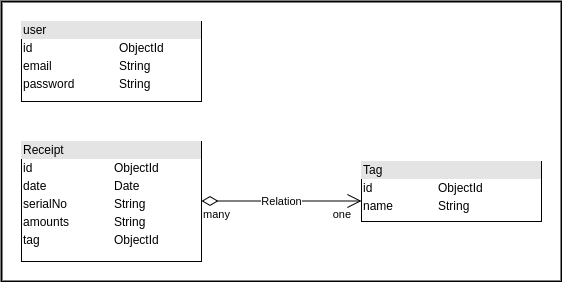
The draw.io diagram receipt_and_tag_relation.png in alvisLu/receipt_collection, before a commit. Source tidied: cells renumbered, new cells last; positions are measured from the earlier drawing's top-left corner, leaving out a move shared by most shapes. The source it was exported from:
```xml
<mxGraphModel>
  <root>
    <mxCell id="0" />
    <mxCell id="1" parent="0" />
    <mxCell id="2" value="&lt;div style=&quot;box-sizing: border-box ; width: 100% ; background: #e4e4e4 ; padding: 2px&quot;&gt;Tag&lt;/div&gt;&lt;table style=&quot;width: 100% ; font-size: 1em&quot; cellpadding=&quot;2&quot; cellspacing=&quot;0&quot;&gt;&lt;tbody&gt;&lt;tr&gt;&lt;td&gt;id&lt;/td&gt;&lt;td&gt;ObjectId&lt;/td&gt;&lt;/tr&gt;&lt;tr&gt;&lt;td&gt;name&lt;/td&gt;&lt;td&gt;String&lt;/td&gt;&lt;/tr&gt;&lt;/tbody&gt;&lt;/table&gt;" style="verticalAlign=top;align=left;overflow=fill;html=1;" parent="1" vertex="1">
      <mxGeometry x="360" y="160" width="180" height="60" as="geometry" />
    </mxCell>
    <mxCell id="3" value="&lt;div style=&quot;box-sizing: border-box ; width: 100% ; background: #e4e4e4 ; padding: 2px&quot;&gt;Receipt&lt;/div&gt;&lt;table style=&quot;width: 100% ; font-size: 1em&quot; cellpadding=&quot;2&quot; cellspacing=&quot;0&quot;&gt;&lt;tbody&gt;&lt;tr&gt;&lt;td&gt;id&lt;/td&gt;&lt;td&gt;ObjectId&lt;/td&gt;&lt;/tr&gt;&lt;tr&gt;&lt;td&gt;date&lt;/td&gt;&lt;td&gt;Date&lt;/td&gt;&lt;/tr&gt;&lt;tr&gt;&lt;td&gt;serialNo&lt;br&gt;&lt;/td&gt;&lt;td&gt;String&lt;/td&gt;&lt;/tr&gt;&lt;tr&gt;&lt;td&gt;amounts&lt;/td&gt;&lt;td&gt;String&lt;br&gt;&lt;/td&gt;&lt;/tr&gt;&lt;tr&gt;&lt;td&gt;tag&lt;/td&gt;&lt;td&gt;ObjectId&lt;/td&gt;&lt;/tr&gt;&lt;/tbody&gt;&lt;/table&gt;" style="verticalAlign=top;align=left;overflow=fill;html=1;" parent="1" vertex="1">
      <mxGeometry x="20" y="140" width="180" height="120" as="geometry" />
    </mxCell>
    <mxCell id="4" value="Relation" style="endArrow=open;html=1;endSize=12;startArrow=diamondThin;startSize=14;startFill=0;edgeStyle=orthogonalEdgeStyle;" parent="1" edge="1">
      <mxGeometry relative="1" as="geometry">
        <mxPoint x="200" y="199.5" as="sourcePoint" />
        <mxPoint x="360" y="199.5" as="targetPoint" />
      </mxGeometry>
    </mxCell>
    <mxCell id="5" value="many" style="edgeLabel;html=1;align=left;verticalAlign=top;" parent="4" vertex="1">
      <mxGeometry x="-1" relative="1" as="geometry" />
    </mxCell>
    <mxCell id="6" value="one" style="edgeLabel;html=1;align=right;verticalAlign=top;" parent="4" vertex="1">
      <mxGeometry x="1" relative="1" as="geometry">
        <mxPoint x="-10" as="offset" />
      </mxGeometry>
    </mxCell>
    <mxCell id="7" value="&lt;div style=&quot;box-sizing: border-box ; width: 100% ; background: #e4e4e4 ; padding: 2px&quot;&gt;user&lt;/div&gt;&lt;table style=&quot;width: 100% ; font-size: 1em&quot; cellpadding=&quot;2&quot; cellspacing=&quot;0&quot;&gt;&lt;tbody&gt;&lt;tr&gt;&lt;td&gt;id&lt;/td&gt;&lt;td&gt;ObjectId&lt;/td&gt;&lt;/tr&gt;&lt;tr&gt;&lt;td&gt;email&lt;/td&gt;&lt;td&gt;String&lt;/td&gt;&lt;/tr&gt;&lt;tr&gt;&lt;td&gt;password&lt;/td&gt;&lt;td&gt;String&lt;/td&gt;&lt;/tr&gt;&lt;/tbody&gt;&lt;/table&gt;" style="verticalAlign=top;align=left;overflow=fill;html=1;" parent="1" vertex="1">
      <mxGeometry x="20" y="20" width="180" height="80" as="geometry" />
    </mxCell>
    <mxCell id="8" style="rounded=0;whiteSpace=wrap;html=1;strokeWidth=2;fillColor=none;gradientColor=none;align=left;" parent="1" vertex="1">
      <mxGeometry width="560" height="280" as="geometry" />
    </mxCell>
  </root>
</mxGraphModel>
```
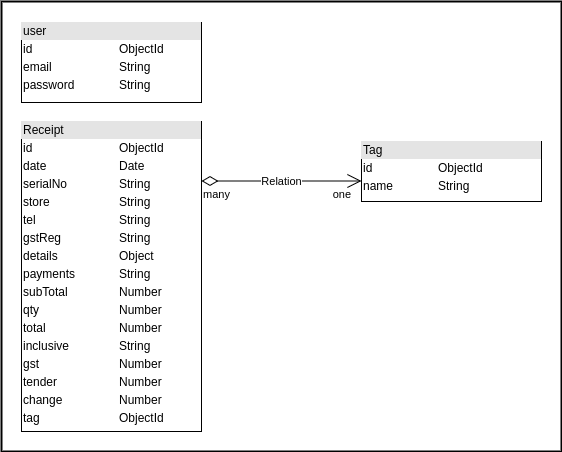
The same diagram one commit later.

The edit, as a diff of the source:
```diff
@@ -3,15 +3,15 @@
     <mxCell id="0" />
     <mxCell id="1" parent="0" />
     <mxCell id="2" value="&lt;div style=&quot;box-sizing: border-box ; width: 100% ; background: #e4e4e4 ; padding: 2px&quot;&gt;Tag&lt;/div&gt;&lt;table style=&quot;width: 100% ; font-size: 1em&quot; cellpadding=&quot;2&quot; cellspacing=&quot;0&quot;&gt;&lt;tbody&gt;&lt;tr&gt;&lt;td&gt;id&lt;/td&gt;&lt;td&gt;ObjectId&lt;/td&gt;&lt;/tr&gt;&lt;tr&gt;&lt;td&gt;name&lt;/td&gt;&lt;td&gt;String&lt;/td&gt;&lt;/tr&gt;&lt;/tbody&gt;&lt;/table&gt;" style="verticalAlign=top;align=left;overflow=fill;html=1;" parent="1" vertex="1">
-      <mxGeometry x="360" y="160" width="180" height="60" as="geometry" />
+      <mxGeometry x="360" y="140" width="180" height="60" as="geometry" />
     </mxCell>
-    <mxCell id="3" value="&lt;div style=&quot;box-sizing: border-box ; width: 100% ; background: #e4e4e4 ; padding: 2px&quot;&gt;Receipt&lt;/div&gt;&lt;table style=&quot;width: 100% ; font-size: 1em&quot; cellpadding=&quot;2&quot; cellspacing=&quot;0&quot;&gt;&lt;tbody&gt;&lt;tr&gt;&lt;td&gt;id&lt;/td&gt;&lt;td&gt;ObjectId&lt;/td&gt;&lt;/tr&gt;&lt;tr&gt;&lt;td&gt;date&lt;/td&gt;&lt;td&gt;Date&lt;/td&gt;&lt;/tr&gt;&lt;tr&gt;&lt;td&gt;serialNo&lt;br&gt;&lt;/td&gt;&lt;td&gt;String&lt;/td&gt;&lt;/tr&gt;&lt;tr&gt;&lt;td&gt;amounts&lt;/td&gt;&lt;td&gt;String&lt;br&gt;&lt;/td&gt;&lt;/tr&gt;&lt;tr&gt;&lt;td&gt;tag&lt;/td&gt;&lt;td&gt;ObjectId&lt;/td&gt;&lt;/tr&gt;&lt;/tbody&gt;&lt;/table&gt;" style="verticalAlign=top;align=left;overflow=fill;html=1;" parent="1" vertex="1">
-      <mxGeometry x="20" y="140" width="180" height="120" as="geometry" />
-    </mxCell>
+    <mxCell id="9" value="&lt;div style=&quot;box-sizing: border-box ; width: 100% ; background: #e4e4e4 ; padding: 2px&quot;&gt;Receipt&lt;/div&gt;&lt;table style=&quot;width: 100% ; font-size: 1em&quot; cellpadding=&quot;2&quot; cellspacing=&quot;0&quot;&gt;&lt;tbody&gt;&lt;tr&gt;&lt;td&gt;id&lt;/td&gt;&lt;td&gt;ObjectId&lt;/td&gt;&lt;/tr&gt;&lt;tr&gt;&lt;td&gt;date&lt;/td&gt;&lt;td&gt;Date&lt;/td&gt;&lt;/tr&gt;&lt;tr&gt;&lt;td&gt;serialNo&lt;br&gt;&lt;/td&gt;&lt;td&gt;String&lt;/td&gt;&lt;/tr&gt;&lt;tr&gt;&lt;td&gt;store&lt;/td&gt;&lt;td&gt;String&lt;br&gt;&lt;/td&gt;&lt;/tr&gt;&lt;tr&gt;&lt;td&gt;tel&lt;/td&gt;&lt;td&gt;String&lt;br&gt;&lt;/td&gt;&lt;/tr&gt;&lt;tr&gt;&lt;td&gt;gstReg&lt;br&gt;&lt;/td&gt;&lt;td&gt;String&lt;br&gt;&lt;/td&gt;&lt;/tr&gt;&lt;tr&gt;&lt;td&gt;details&lt;br&gt;&lt;/td&gt;&lt;td&gt;Object&lt;/td&gt;&lt;/tr&gt;&lt;tr&gt;&lt;td&gt;payments&lt;br&gt;&lt;/td&gt;&lt;td&gt;String&lt;/td&gt;&lt;/tr&gt;&lt;tr&gt;&lt;td&gt;subTotal&lt;br&gt;&lt;/td&gt;&lt;td&gt;Number&lt;br&gt;&lt;/td&gt;&lt;/tr&gt;&lt;tr&gt;&lt;td&gt;qty&lt;br&gt;&lt;/td&gt;&lt;td&gt;Number&lt;br&gt;&lt;/td&gt;&lt;/tr&gt;&lt;tr&gt;&lt;td&gt;total&lt;br&gt;&lt;/td&gt;&lt;td&gt;Number&lt;br&gt;&lt;/td&gt;&lt;/tr&gt;&lt;tr&gt;&lt;td&gt;inclusive&lt;br&gt;&lt;/td&gt;&lt;td&gt;String&lt;/td&gt;&lt;/tr&gt;&lt;tr&gt;&lt;td&gt;gst&lt;br&gt;&lt;/td&gt;&lt;td&gt;Number&lt;br&gt;&lt;/td&gt;&lt;/tr&gt;&lt;tr&gt;&lt;td&gt;tender&lt;br&gt;&lt;/td&gt;&lt;td&gt;Number&lt;br&gt;&lt;/td&gt;&lt;/tr&gt;&lt;tr&gt;&lt;td&gt;change&lt;br&gt;&lt;/td&gt;&lt;td&gt;Number&lt;/td&gt;&lt;/tr&gt;&lt;tr&gt;&lt;td&gt;tag&lt;/td&gt;&lt;td&gt;ObjectId&lt;br&gt;&lt;/td&gt;&lt;/tr&gt;&lt;/tbody&gt;&lt;/table&gt;" style="verticalAlign=top;align=left;overflow=fill;html=1;" parent="1" vertex="1">
+      <mxGeometry x="20" y="120" width="180" height="310" as="geometry" />
+    </mxCell>
     <mxCell id="4" value="Relation" style="endArrow=open;html=1;endSize=12;startArrow=diamondThin;startSize=14;startFill=0;edgeStyle=orthogonalEdgeStyle;" parent="1" edge="1">
       <mxGeometry relative="1" as="geometry">
-        <mxPoint x="200" y="199.5" as="sourcePoint" />
-        <mxPoint x="360" y="199.5" as="targetPoint" />
+        <mxPoint x="200" y="179.5" as="sourcePoint" />
+        <mxPoint x="360" y="179.5" as="targetPoint" />
       </mxGeometry>
     </mxCell>
     <mxCell id="5" value="many" style="edgeLabel;html=1;align=left;verticalAlign=top;" parent="4" vertex="1">
@@ -23,10 +23,10 @@
       </mxGeometry>
     </mxCell>
     <mxCell id="7" value="&lt;div style=&quot;box-sizing: border-box ; width: 100% ; background: #e4e4e4 ; padding: 2px&quot;&gt;user&lt;/div&gt;&lt;table style=&quot;width: 100% ; font-size: 1em&quot; cellpadding=&quot;2&quot; cellspacing=&quot;0&quot;&gt;&lt;tbody&gt;&lt;tr&gt;&lt;td&gt;id&lt;/td&gt;&lt;td&gt;ObjectId&lt;/td&gt;&lt;/tr&gt;&lt;tr&gt;&lt;td&gt;email&lt;/td&gt;&lt;td&gt;String&lt;/td&gt;&lt;/tr&gt;&lt;tr&gt;&lt;td&gt;password&lt;/td&gt;&lt;td&gt;String&lt;/td&gt;&lt;/tr&gt;&lt;/tbody&gt;&lt;/table&gt;" style="verticalAlign=top;align=left;overflow=fill;html=1;" parent="1" vertex="1">
-      <mxGeometry x="20" y="20" width="180" height="80" as="geometry" />
+      <mxGeometry x="20" y="21" width="180" height="80" as="geometry" />
     </mxCell>
-    <mxCell id="8" style="rounded=0;whiteSpace=wrap;html=1;strokeWidth=2;fillColor=none;gradientColor=none;align=left;" parent="1" vertex="1">
-      <mxGeometry width="560" height="280" as="geometry" />
-    </mxCell>
+    <mxCell id="10" style="rounded=0;whiteSpace=wrap;html=1;strokeWidth=2;fillColor=none;gradientColor=none;align=left;" parent="1" vertex="1">
+      <mxGeometry width="560" height="450" as="geometry" />
+    </mxCell>
   </root>
 </mxGraphModel>
```
